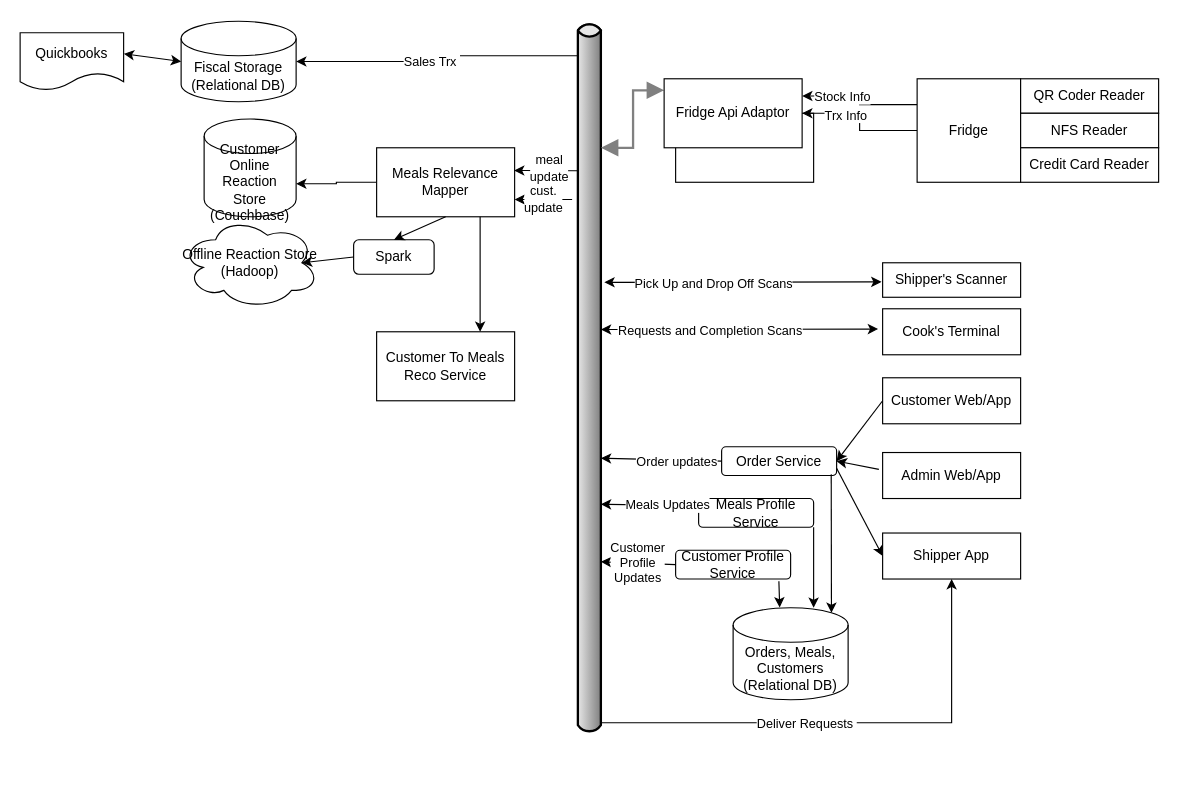
Before: flowdiagrams/Katas2020.drawio in svcher/katas202010, a draw.io diagram. Source tidied: cells renumbered, new cells numbered last; positions are measured from the earlier drawing's top-left corner, leaving out a move shared by most shapes. Both pictures are drawn from the tidied source at 115%, with x=0, y=0 at pixel (20, 21).
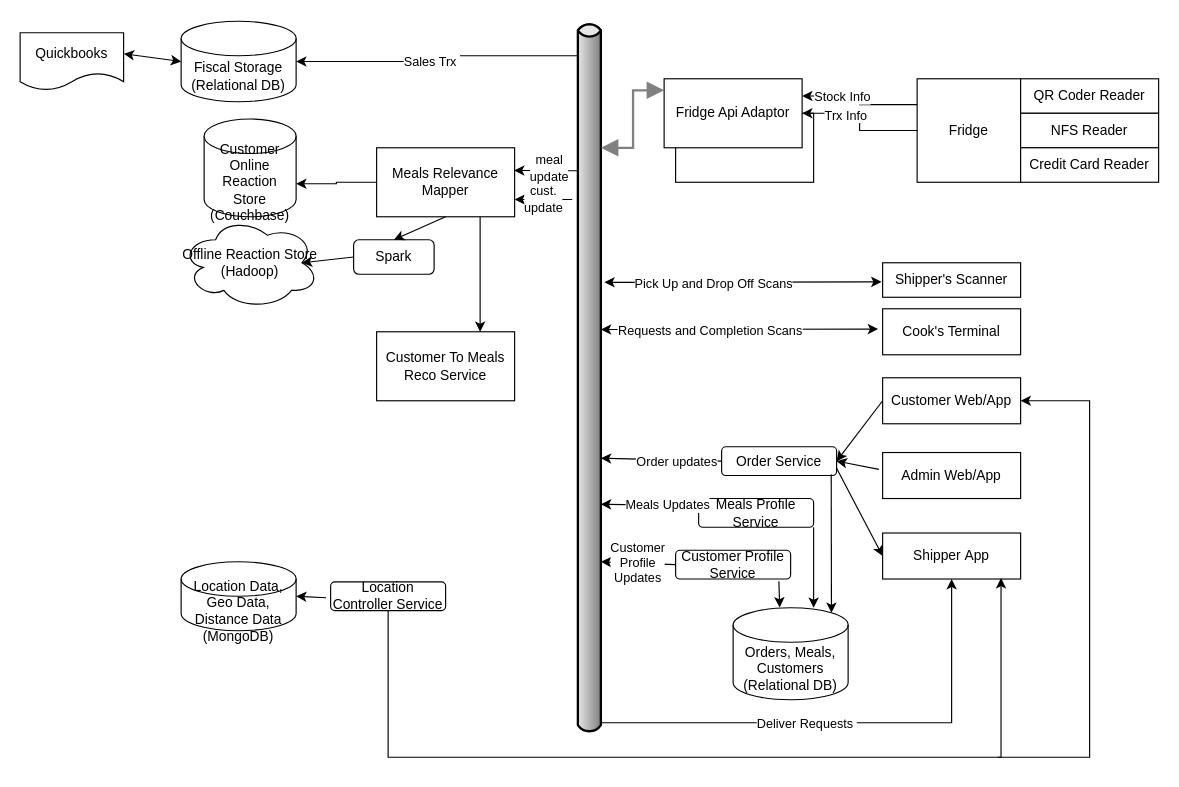
Above is the later version.

Commit message:
Update the diagram source

Unchanged cells that the change refers to:
```xml
<mxCell id="31" value="Customer Web/App" style="rounded=0;whiteSpace=wrap;html=1;" parent="1" vertex="1">
  <mxGeometry x="750" y="310" width="120" height="40" as="geometry" />
</mxCell>
<mxCell id="32" value="Shipper&amp;nbsp;App" style="rounded=0;whiteSpace=wrap;html=1;" parent="1" vertex="1">
  <mxGeometry x="750" y="445" width="120" height="40" as="geometry" />
</mxCell>
```

Change to the diagram source:
```diff
@@
+    <mxCell id="57" style="edgeStyle=elbowEdgeStyle;rounded=0;jettySize=auto;html=1;exitX=0.5;exitY=1;exitDx=0;exitDy=0;entryX=0.858;entryY=0.979;entryDx=0;entryDy=0;entryPerimeter=0;" parent="1" edge="1" source="59" target="32">
+      <mxGeometry relative="1" as="geometry">
+        <Array as="points">
+          <mxPoint x="510" y="640" />
+        </Array>
+      </mxGeometry>
+    </mxCell>
+    <mxCell id="58" style="edgeStyle=elbowEdgeStyle;rounded=0;jettySize=auto;html=1;entryX=1;entryY=0.5;entryDx=0;entryDy=0;" parent="1" edge="1" target="31">
+      <mxGeometry relative="1" as="geometry">
+        <mxPoint x="850" y="640" as="sourcePoint" />
+        <Array as="points">
+          <mxPoint x="930" y="650" />
+          <mxPoint x="890" y="640" />
+          <mxPoint x="910" y="560" />
+          <mxPoint x="550" y="660" />
+        </Array>
+      </mxGeometry>
+    </mxCell>
+    <mxCell id="59" value="Location Controller Service" style="rounded=1;whiteSpace=wrap;html=1;" parent="1" vertex="1">
+      <mxGeometry x="270" y="487.5" width="100" height="25" as="geometry" />
+    </mxCell>
+    <mxCell id="60" value="Location Data, Geo Data, Distance Data (MongoDB)" style="shape=cylinder3;whiteSpace=wrap;html=1;boundedLbl=1;backgroundOutline=1;size=15;" parent="1" vertex="1">
+      <mxGeometry x="140" y="470" width="100" height="60" as="geometry" />
+    </mxCell>
+    <mxCell id="61" style="endArrow=classic;html=1;entryX=1;entryY=0.5;entryDx=0;entryDy=0;entryPerimeter=0;exitX=-0.04;exitY=0.553;exitDx=0;exitDy=0;exitPerimeter=0;" parent="1" edge="1" source="59" target="60">
+      <mxGeometry relative="1" as="geometry" />
+    </mxCell>
```
